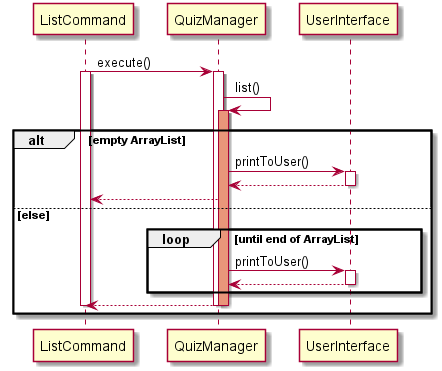
The PlantUML diagram docs/diagram/ListContact.png in untitle4/tp, before a commit. The source it was exported from:
```plantuml
@startuml

skinparam ParticipantPadding 10
skinparam BoxPadding 5

participant ListCommand

participant QuizManager

participant UserInterface

ListCommand -> QuizManager : execute()
activate ListCommand
activate QuizManager
QuizManager -> QuizManager : list()
activate QuizManager #DarkSalmon
alt empty ArrayList
    QuizManager -> UserInterface : printToUser()
    activate UserInterface
    UserInterface --> QuizManager
    deactivate UserInterface
    QuizManager --> ListCommand
else else
    loop until end of ArrayList
        QuizManager -> UserInterface : printToUser()
        activate UserInterface
        UserInterface --> QuizManager
        deactivate UserInterface
    end
    QuizManager --> ListCommand
    deactivate QuizManager
    deactivate QuizManager
    deactivate ListCommand
end
@enduml
```
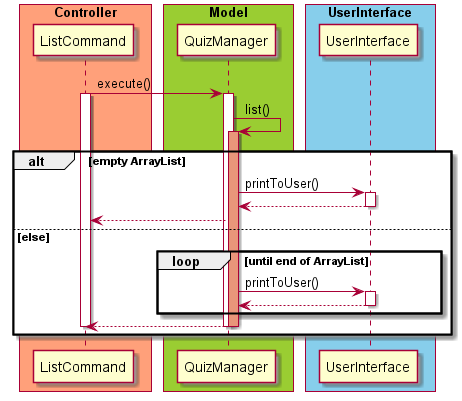
Above is the later version.

The edit, as a diff of the source:
```diff
@@ -3,11 +3,17 @@
 skinparam ParticipantPadding 10
 skinparam BoxPadding 5
 
+box "Controller" #LightSalmon
 participant ListCommand
+end box
 
+box "Model" #YellowGreen
 participant QuizManager
+end box
 
+box "UserInterface" #skyblue
 participant UserInterface
+end box
 
 ListCommand -> QuizManager : execute()
 activate ListCommand
```
